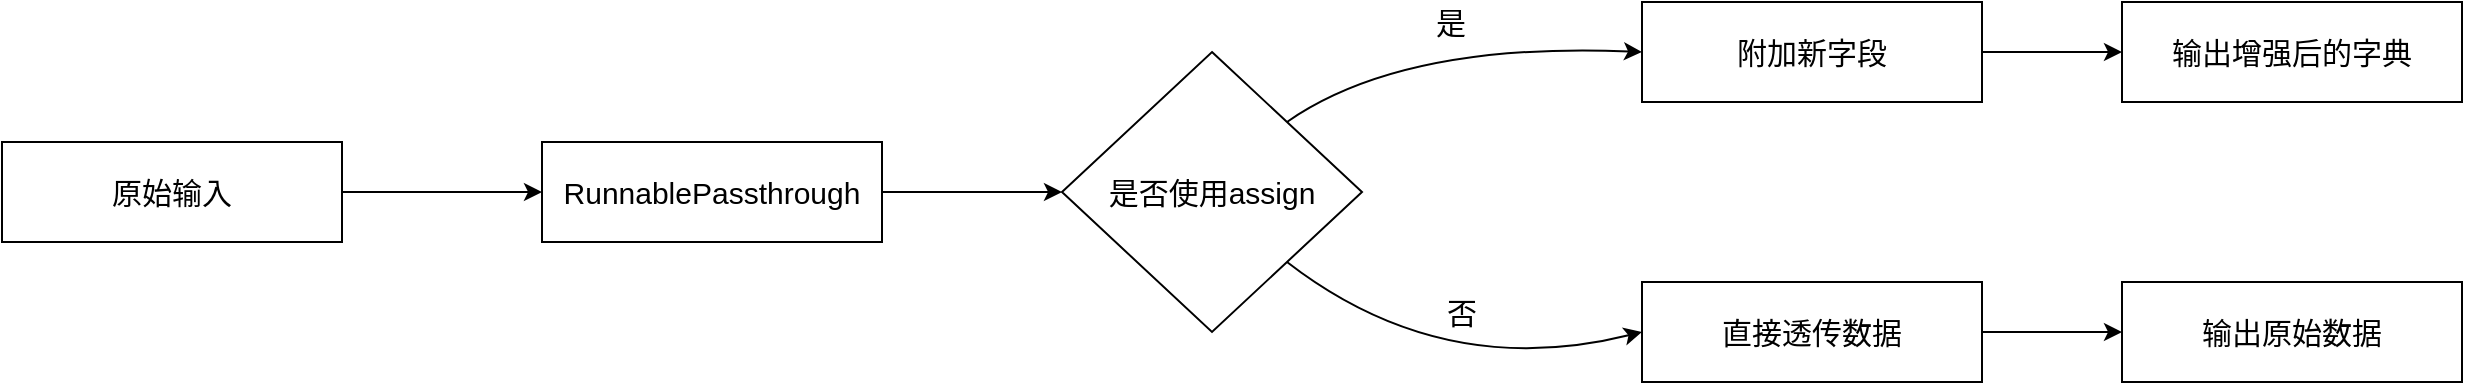
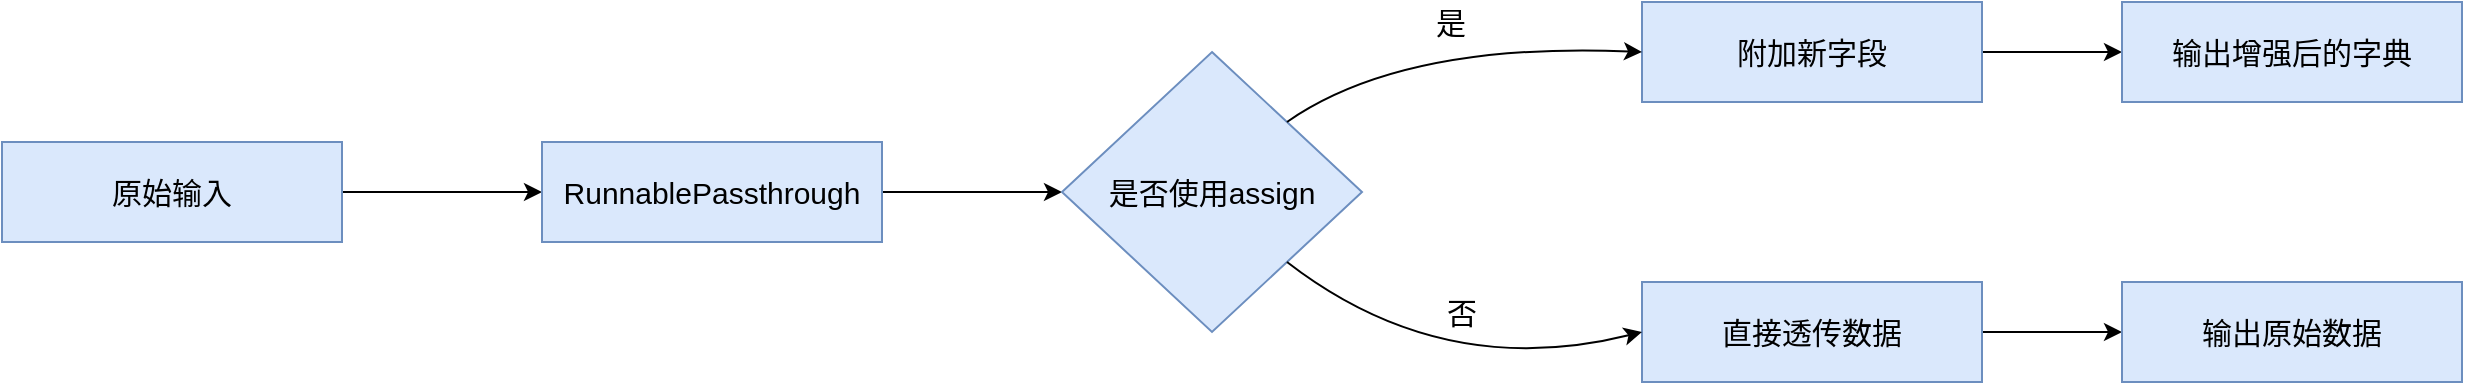
<mxfile host="app.diagrams.net">
  <diagram name="第 1 页" id="pQdkYJmzntJB1n2a5sAs">
    <mxGraphModel dx="1414" dy="751" grid="1" gridSize="10" guides="1" tooltips="1" connect="1" arrows="1" fold="1" page="1" pageScale="1" pageWidth="827" pageHeight="1169" math="0" shadow="0">
      <root>
        <mxCell id="0" />
        <mxCell id="1" parent="0" />
        <mxCell id="QbjUrGHEHJ32VFkAuayf-15" edge="1" parent="1" source="QbjUrGHEHJ32VFkAuayf-1" style="edgeStyle=orthogonalEdgeStyle;rounded=0;orthogonalLoop=1;jettySize=auto;html=1;entryX=0;entryY=0.5;entryDx=0;entryDy=0;fontSize=15;" target="QbjUrGHEHJ32VFkAuayf-3">
          <mxGeometry relative="1" as="geometry" />
        </mxCell>
-         <mxCell id="QbjUrGHEHJ32VFkAuayf-1" parent="1" style="rounded=0;whiteSpace=wrap;html=1;fontSize=15;" value="原始输入" vertex="1">
+         <mxCell id="QbjUrGHEHJ32VFkAuayf-1" parent="1" style="rounded=0;whiteSpace=wrap;html=1;fontSize=15;fillColor=#dae8fc;strokeColor=#6c8ebf;" value="原始输入" vertex="1">
          <mxGeometry height="50" width="170" x="30" y="290" as="geometry" />
        </mxCell>
        <mxCell id="QbjUrGHEHJ32VFkAuayf-16" edge="1" parent="1" source="QbjUrGHEHJ32VFkAuayf-3" style="edgeStyle=orthogonalEdgeStyle;rounded=0;orthogonalLoop=1;jettySize=auto;html=1;entryX=0;entryY=0.5;entryDx=0;entryDy=0;fontSize=15;" target="QbjUrGHEHJ32VFkAuayf-4">
          <mxGeometry relative="1" as="geometry" />
        </mxCell>
-         <mxCell id="QbjUrGHEHJ32VFkAuayf-3" parent="1" style="rounded=0;whiteSpace=wrap;html=1;fontSize=15;" value="RunnablePassthrough" vertex="1">
+         <mxCell id="QbjUrGHEHJ32VFkAuayf-3" parent="1" style="rounded=0;whiteSpace=wrap;html=1;fontSize=15;fillColor=#dae8fc;strokeColor=#6c8ebf;" value="RunnablePassthrough" vertex="1">
          <mxGeometry height="50" width="170" x="300" y="290" as="geometry" />
        </mxCell>
-         <mxCell id="QbjUrGHEHJ32VFkAuayf-4" parent="1" style="rhombus;whiteSpace=wrap;html=1;fontSize=15;" value="是否使用assign" vertex="1">
+         <mxCell id="QbjUrGHEHJ32VFkAuayf-4" parent="1" style="rhombus;whiteSpace=wrap;html=1;fontSize=15;fillColor=#dae8fc;strokeColor=#6c8ebf;" value="是否使用assign" vertex="1">
          <mxGeometry height="140" width="150" x="560" y="245" as="geometry" />
        </mxCell>
        <mxCell id="QbjUrGHEHJ32VFkAuayf-13" edge="1" parent="1" source="QbjUrGHEHJ32VFkAuayf-5" style="edgeStyle=orthogonalEdgeStyle;rounded=0;orthogonalLoop=1;jettySize=auto;html=1;entryX=0;entryY=0.5;entryDx=0;entryDy=0;fontSize=15;" target="QbjUrGHEHJ32VFkAuayf-11">
          <mxGeometry relative="1" as="geometry" />
        </mxCell>
-         <mxCell id="QbjUrGHEHJ32VFkAuayf-5" parent="1" style="rounded=0;whiteSpace=wrap;html=1;fontSize=15;" value="附加新字段" vertex="1">
+         <mxCell id="QbjUrGHEHJ32VFkAuayf-5" parent="1" style="rounded=0;whiteSpace=wrap;html=1;fontSize=15;fillColor=#dae8fc;strokeColor=#6c8ebf;" value="附加新字段" vertex="1">
          <mxGeometry height="50" width="170" x="850" y="220" as="geometry" />
        </mxCell>
        <mxCell id="QbjUrGHEHJ32VFkAuayf-14" edge="1" parent="1" source="QbjUrGHEHJ32VFkAuayf-6" style="edgeStyle=orthogonalEdgeStyle;rounded=0;orthogonalLoop=1;jettySize=auto;html=1;entryX=0;entryY=0.5;entryDx=0;entryDy=0;fontSize=15;" target="QbjUrGHEHJ32VFkAuayf-12">
          <mxGeometry relative="1" as="geometry" />
        </mxCell>
-         <mxCell id="QbjUrGHEHJ32VFkAuayf-6" parent="1" style="rounded=0;whiteSpace=wrap;html=1;fontSize=15;" value="直接透传数据" vertex="1">
+         <mxCell id="QbjUrGHEHJ32VFkAuayf-6" parent="1" style="rounded=0;whiteSpace=wrap;html=1;fontSize=15;fillColor=#dae8fc;strokeColor=#6c8ebf;" value="直接透传数据" vertex="1">
          <mxGeometry height="50" width="170" x="850" y="360" as="geometry" />
        </mxCell>
        <mxCell id="QbjUrGHEHJ32VFkAuayf-7" edge="1" parent="1" source="QbjUrGHEHJ32VFkAuayf-4" style="endArrow=classic;html=1;rounded=0;exitX=1;exitY=0;exitDx=0;exitDy=0;entryX=0;entryY=0.5;entryDx=0;entryDy=0;curved=1;fontSize=15;" target="QbjUrGHEHJ32VFkAuayf-5" value="">
          <mxGeometry height="50" relative="1" width="50" as="geometry">
            <Array as="points">
              <mxPoint x="730" y="240" />
            </Array>
            <mxPoint x="720" y="290" as="sourcePoint" />
            <mxPoint x="770" y="240" as="targetPoint" />
          </mxGeometry>
        </mxCell>
        <mxCell id="QbjUrGHEHJ32VFkAuayf-9" connectable="0" parent="QbjUrGHEHJ32VFkAuayf-7" style="edgeLabel;html=1;align=center;verticalAlign=middle;resizable=0;points=[];fontSize=15;" value="是" vertex="1">
          <mxGeometry relative="1" x="-0.0102" y="-13" as="geometry">
            <mxPoint y="-24" as="offset" />
          </mxGeometry>
        </mxCell>
        <mxCell id="QbjUrGHEHJ32VFkAuayf-8" edge="1" parent="1" source="QbjUrGHEHJ32VFkAuayf-4" style="endArrow=classic;html=1;rounded=0;exitX=1;exitY=1;exitDx=0;exitDy=0;entryX=0;entryY=0.5;entryDx=0;entryDy=0;curved=1;fontSize=15;" target="QbjUrGHEHJ32VFkAuayf-6" value="">
          <mxGeometry height="50" relative="1" width="50" as="geometry">
            <Array as="points">
              <mxPoint x="750" y="410" />
            </Array>
            <mxPoint x="760" y="530" as="sourcePoint" />
            <mxPoint x="810" y="480" as="targetPoint" />
          </mxGeometry>
        </mxCell>
        <mxCell id="QbjUrGHEHJ32VFkAuayf-10" parent="1" style="text;html=1;whiteSpace=wrap;strokeColor=none;fillColor=none;align=center;verticalAlign=middle;rounded=0;fontSize=15;" value="否" vertex="1">
          <mxGeometry height="30" width="60" x="730" y="360" as="geometry" />
        </mxCell>
-         <mxCell id="QbjUrGHEHJ32VFkAuayf-11" parent="1" style="rounded=0;whiteSpace=wrap;html=1;fontSize=15;" value="输出增强后的字典" vertex="1">
+         <mxCell id="QbjUrGHEHJ32VFkAuayf-11" parent="1" style="rounded=0;whiteSpace=wrap;html=1;fontSize=15;fillColor=#dae8fc;strokeColor=#6c8ebf;" value="输出增强后的字典" vertex="1">
          <mxGeometry height="50" width="170" x="1090" y="220" as="geometry" />
        </mxCell>
-         <mxCell id="QbjUrGHEHJ32VFkAuayf-12" parent="1" style="rounded=0;whiteSpace=wrap;html=1;fontSize=15;" value="输出原始数据" vertex="1">
+         <mxCell id="QbjUrGHEHJ32VFkAuayf-12" parent="1" style="rounded=0;whiteSpace=wrap;html=1;fontSize=15;fillColor=#dae8fc;strokeColor=#6c8ebf;" value="输出原始数据" vertex="1">
          <mxGeometry height="50" width="170" x="1090" y="360" as="geometry" />
        </mxCell>
      </root>
    </mxGraphModel>
  </diagram>
</mxfile>
